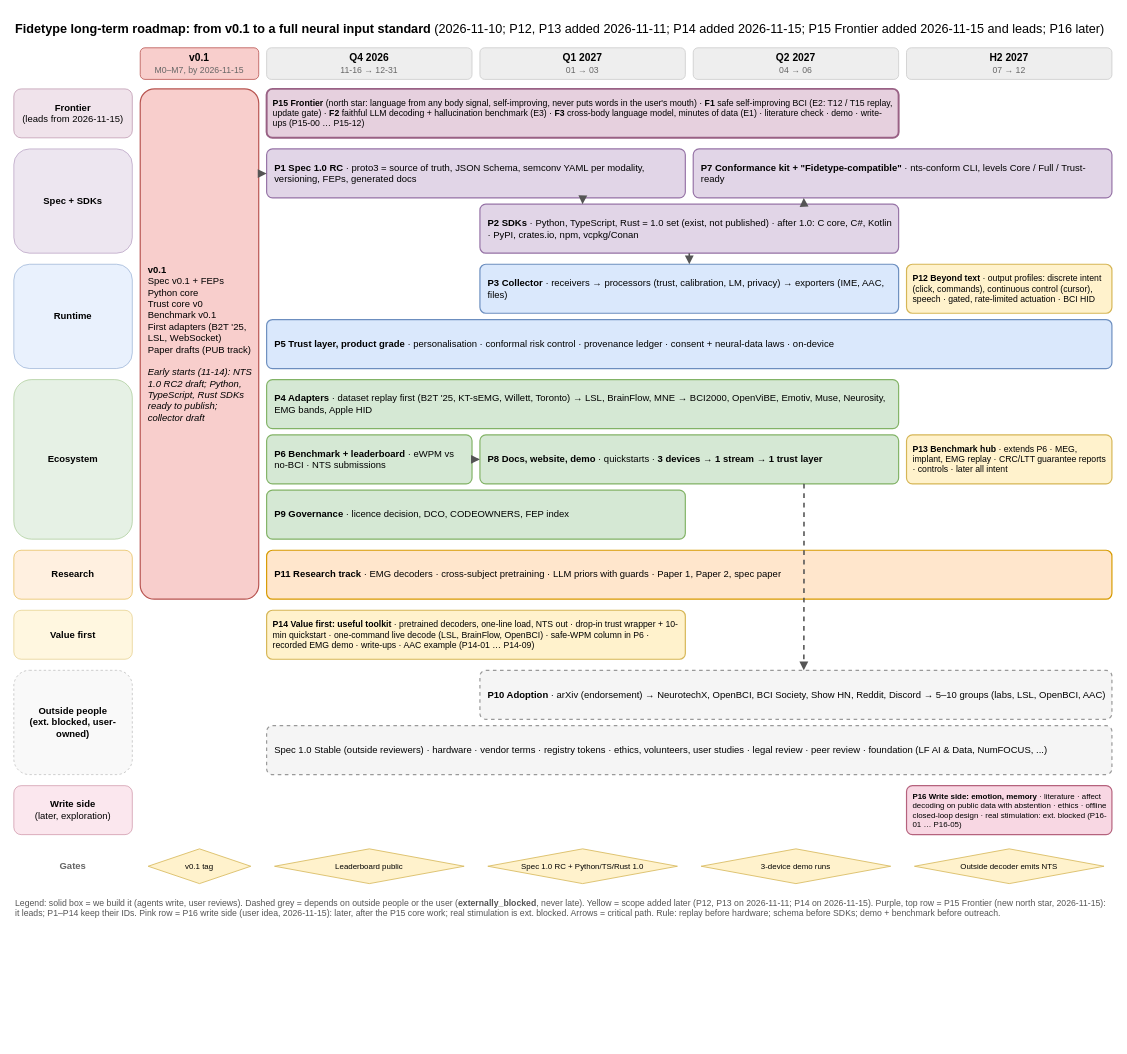
Before: wiki/diagrams/11-roadmap-standard.drawio in zhangzibo/fidetype, a draw.io diagram. Source tidied: cells renumbered, new cells numbered last; positions are measured from the earlier drawing's top-left corner, leaving out a move shared by most shapes. Both pictures are drawn from the tidied source at 79%, with x=0, y=0 at pixel (13, 17).
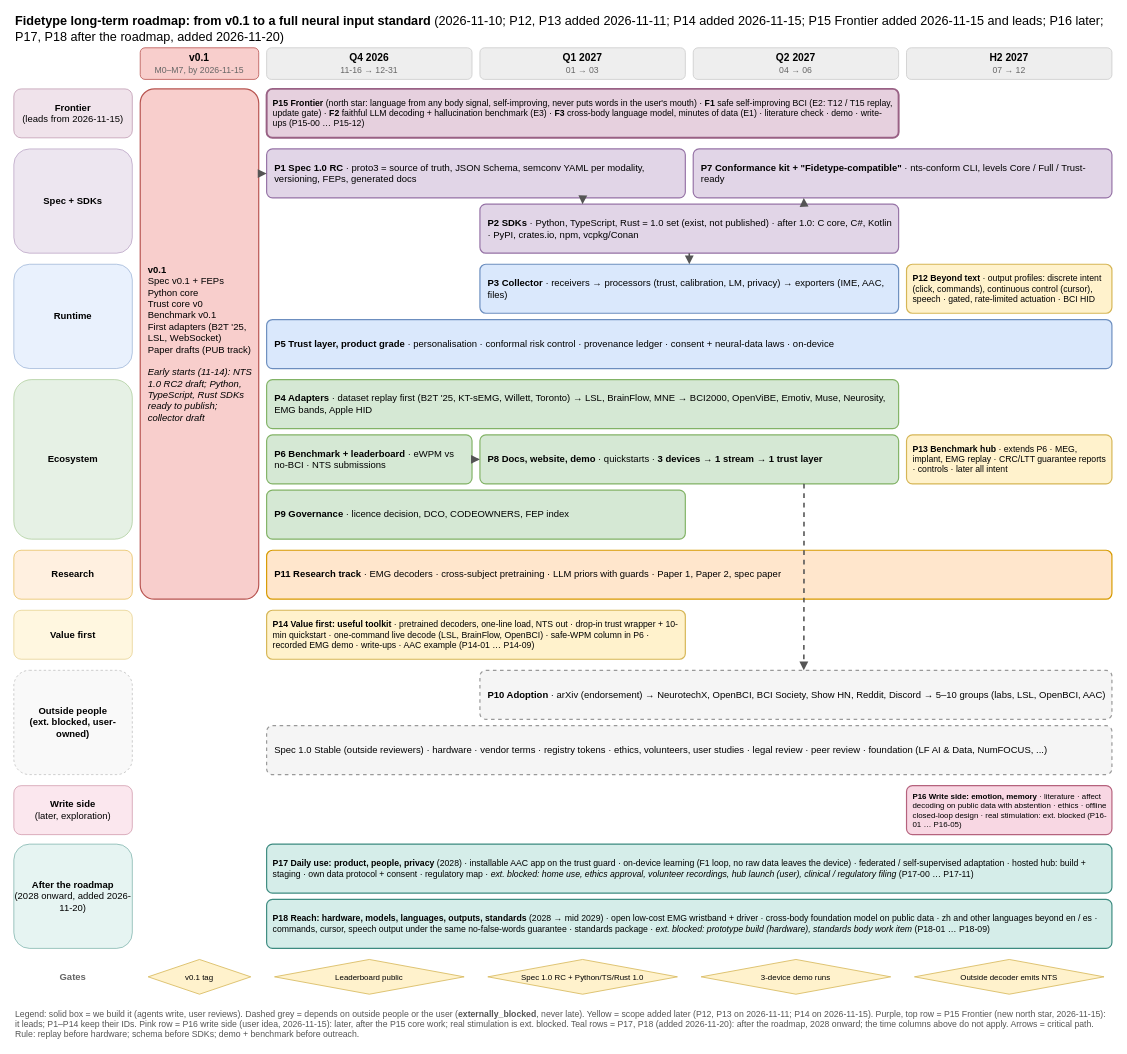
Above is the later version.

Commit message (it also covers changes not shown here):
Roadmap: add P17 (daily use: product, people, privacy) and P18 (reach: hardware, models, languages, outputs, standards) after P1-P16; no existing item moved or renumbered

Diff of the diagram source:
```diff
@@
-    <mxCell id="2" value="&lt;b&gt;Fidetype long-term roadmap: from v0.1 to a full neural input standard&lt;/b&gt; (2026-11-10; P12, P13 added 2026-11-11; P14 added 2026-11-15; P15 Frontier added 2026-11-15 and leads; P16 later)" style="text;html=1;whiteSpace=wrap;fillColor=none;strokeColor=none;fontSize=16;align=left;verticalAlign=middle;fontColor=#000000;" parent="1" vertex="1">
+    <mxCell id="2" value="&lt;b&gt;Fidetype long-term roadmap: from v0.1 to a full neural input standard&lt;/b&gt; (2026-11-10; P12, P13 added 2026-11-11; P14 added 2026-11-15; P15 Frontier added 2026-11-15 and leads; P16 later; P17, P18 after the roadmap, added 2026-11-20)" style="text;html=1;whiteSpace=wrap;fillColor=none;strokeColor=none;fontSize=16;align=left;verticalAlign=middle;fontColor=#000000;" parent="1" vertex="1">
       <mxGeometry width="1390" height="28" as="geometry" />
     </mxCell>
@@
     <mxCell id="32" value="&lt;b&gt;Gates&lt;/b&gt;" style="text;html=1;whiteSpace=wrap;fillColor=none;strokeColor=none;fontSize=12;align=center;verticalAlign=middle;fontColor=#666666;" parent="1" vertex="1">
-      <mxGeometry y="1052" width="150" height="44" as="geometry" />
+      <mxGeometry y="1192" width="150" height="44" as="geometry" />
     </mxCell>
     <mxCell id="33" value="v0.1 tag" style="rhombus;whiteSpace=wrap;html=1;fontSize=10;fillColor=#fff2cc;strokeColor=#d6b656;" parent="1" vertex="1">
-      <mxGeometry x="170" y="1052" width="130" height="44" as="geometry" />
+      <mxGeometry x="170" y="1192" width="130" height="44" as="geometry" />
     </mxCell>
     <mxCell id="34" value="Leaderboard public" style="rhombus;whiteSpace=wrap;html=1;fontSize=10;fillColor=#fff2cc;strokeColor=#d6b656;" parent="1" vertex="1">
-      <mxGeometry x="330" y="1052" width="240" height="44" as="geometry" />
+      <mxGeometry x="330" y="1192" width="240" height="44" as="geometry" />
     </mxCell>
     <mxCell id="35" value="Spec 1.0 RC + Python/TS/Rust 1.0" style="rhombus;whiteSpace=wrap;html=1;fontSize=10;fillColor=#fff2cc;strokeColor=#d6b656;" parent="1" vertex="1">
-      <mxGeometry x="600" y="1052" width="240" height="44" as="geometry" />
+      <mxGeometry x="600" y="1192" width="240" height="44" as="geometry" />
     </mxCell>
     <mxCell id="36" value="3-device demo runs" style="rhombus;whiteSpace=wrap;html=1;fontSize=10;fillColor=#fff2cc;strokeColor=#d6b656;" parent="1" vertex="1">
-      <mxGeometry x="870" y="1052" width="240" height="44" as="geometry" />
+      <mxGeometry x="870" y="1192" width="240" height="44" as="geometry" />
     </mxCell>
     <mxCell id="37" value="Outside decoder emits NTS" style="rhombus;whiteSpace=wrap;html=1;fontSize=10;fillColor=#fff2cc;strokeColor=#d6b656;" parent="1" vertex="1">
-      <mxGeometry x="1140" y="1052" width="240" height="44" as="geometry" />
+      <mxGeometry x="1140" y="1192" width="240" height="44" as="geometry" />
     </mxCell>
-    <mxCell id="38" value="Legend: solid box = we build it (agents write, user reviews). Dashed grey = depends on outside people or the user (&lt;b&gt;externally_blocked&lt;/b&gt;, never late). Yellow = scope added later (P12, P13 on 2026-11-11; P14 on 2026-11-15). Purple, top row = P15 Frontier (new north star, 2026-11-15): it leads; P1–P14 keep their IDs. Pink row = P16 write side (user idea, 2026-11-15): later, after the P15 core work; real stimulation is ext. blocked. Arrows = critical path. Rule: replay before hardware; schema before SDKs; demo + benchmark before outreach." style="text;html=1;whiteSpace=wrap;fillColor=none;strokeColor=none;fontSize=11;align=left;verticalAlign=top;fontColor=#555555;" parent="1" vertex="1">
-      <mxGeometry y="1108" width="1390" height="34" as="geometry" />
+    <mxCell id="38" value="Legend: solid box = we build it (agents write, user reviews). Dashed grey = depends on outside people or the user (&lt;b&gt;externally_blocked&lt;/b&gt;, never late). Yellow = scope added later (P12, P13 on 2026-11-11; P14 on 2026-11-15). Purple, top row = P15 Frontier (new north star, 2026-11-15): it leads; P1–P14 keep their IDs. Pink row = P16 write side (user idea, 2026-11-15): later, after the P15 core work; real stimulation is ext. blocked. Teal rows = P17, P18 (added 2026-11-20): after the roadmap, 2028 onward; the time columns above do not apply. Arrows = critical path. Rule: replay before hardware; schema before SDKs; demo + benchmark before outreach." style="text;html=1;whiteSpace=wrap;fillColor=none;strokeColor=none;fontSize=11;align=left;verticalAlign=top;fontColor=#555555;" parent="1" vertex="1">
+      <mxGeometry y="1248" width="1390" height="34" as="geometry" />
     </mxCell>
@@
+    <mxCell id="47" value="&lt;b&gt;After the roadmap&lt;/b&gt;&lt;br&gt;(2028 onward, added 2026-11-20)" style="rounded=1;whiteSpace=wrap;html=1;fontSize=12;fillColor=#d5ede9;strokeColor=#3d8b80;opacity=60;align=center;verticalAlign=middle;" parent="1" vertex="1">
+      <mxGeometry y="1046" width="150" height="132" as="geometry" />
+    </mxCell>
+    <mxCell id="48" value="&lt;b&gt;P17 Daily use: product, people, privacy&lt;/b&gt; (2028) · installable AAC app on the trust guard · on-device learning (F1 loop, no raw data leaves the device) · federated / self-supervised adaptation · hosted hub: build + staging · own data protocol + consent · regulatory map · &lt;i&gt;ext. blocked: home use, ethics approval, volunteer recordings, hub launch (user), clinical / regulatory filing&lt;/i&gt; (P17-00 … P17-11)" style="rounded=1;whiteSpace=wrap;html=1;fontSize=11;arcSize=12;fillColor=#d5ede9;strokeColor=#3d8b80;strokeWidth=1.5;align=left;verticalAlign=middle;spacingLeft=6;spacingRight=4;" parent="1" vertex="1">
+      <mxGeometry x="320" y="1046" width="1070" height="62" as="geometry" />
+    </mxCell>
+    <mxCell id="49" value="&lt;b&gt;P18 Reach: hardware, models, languages, outputs, standards&lt;/b&gt; (2028 → mid 2029) · open low-cost EMG wristband + driver · cross-body foundation model on public data · zh and other languages beyond en / es · commands, cursor, speech output under the same no-false-words guarantee · standards package · &lt;i&gt;ext. blocked: prototype build (hardware), standards body work item&lt;/i&gt; (P18-01 … P18-09)" style="rounded=1;whiteSpace=wrap;html=1;fontSize=11;arcSize=12;fillColor=#d5ede9;strokeColor=#3d8b80;strokeWidth=1.5;align=left;verticalAlign=middle;spacingLeft=6;spacingRight=4;" parent="1" vertex="1">
+      <mxGeometry x="320" y="1116" width="1070" height="62" as="geometry" />
+    </mxCell>
```
